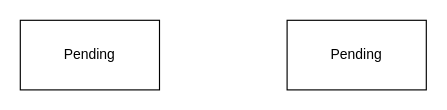
Earlier version of the draw.io diagram Workshop 6.drawio (SWEN30006-14/Workshops). Source tidied: cells renumbered, new cells numbered last; positions are measured from the earlier drawing's top-left corner, leaving out a move shared by most shapes. Both pictures are drawn from the tidied source at 116%, with x=0, y=0 at pixel (20, 20).
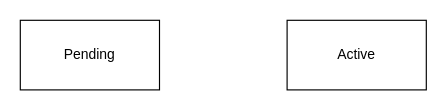
The same diagram, later.

Diff of the diagram source:
```diff
@@
 <mxGraphModel>
   <root>
     <mxCell id="0" />
     <mxCell id="1" parent="0" />
     <mxCell id="2" value="Pending" style="rounded=0;whiteSpace=wrap;html=1;" parent="1" vertex="1">
       <mxGeometry width="120" height="60" as="geometry" />
     </mxCell>
-    <mxCell id="3" value="Pending" style="rounded=0;whiteSpace=wrap;html=1;" parent="1" vertex="1">
+    <mxCell id="3" value="Active" style="rounded=0;whiteSpace=wrap;html=1;" parent="1" vertex="1">
       <mxGeometry x="230" width="120" height="60" as="geometry" />
     </mxCell>
   </root>
 </mxGraphModel>
```
